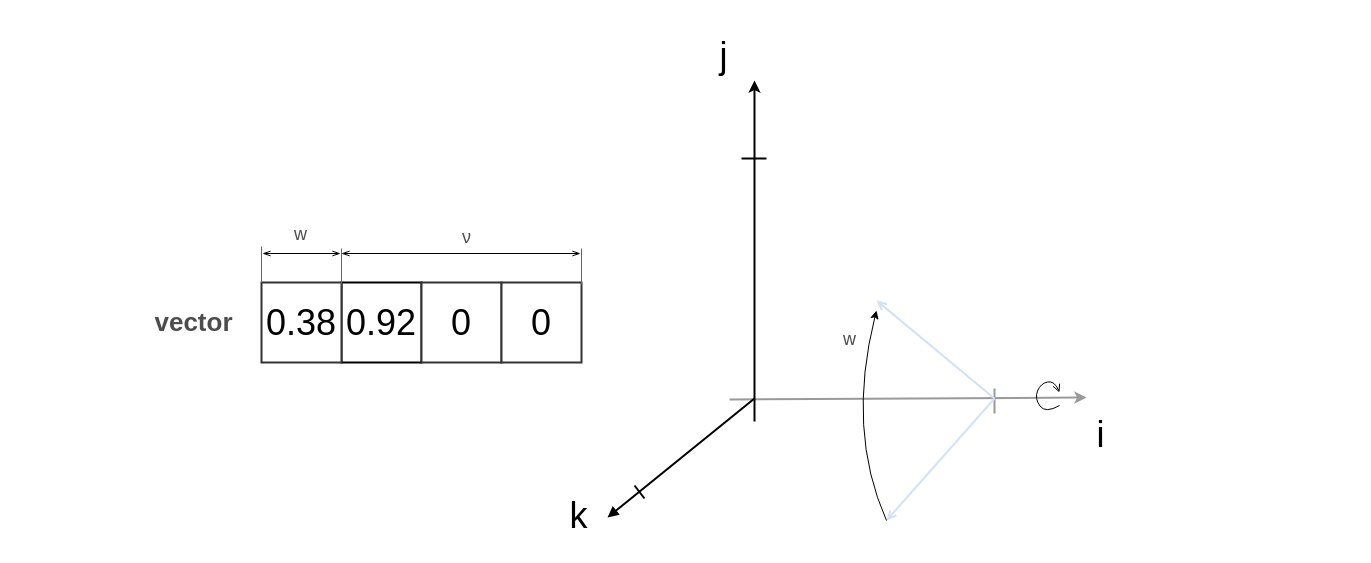
Above: page "3dQuat" (17 of 17) of doc/img/MathModels.drawio in Wandalen/wMathModels (draw.io), before the change. Source tidied: cells renumbered, new cells numbered last; positions are measured from the earlier drawing's top-left corner, leaving out a move shared by most shapes. Both pictures are drawn from the tidied source at 100%, with x=0, y=0 at pixel (17, 17).
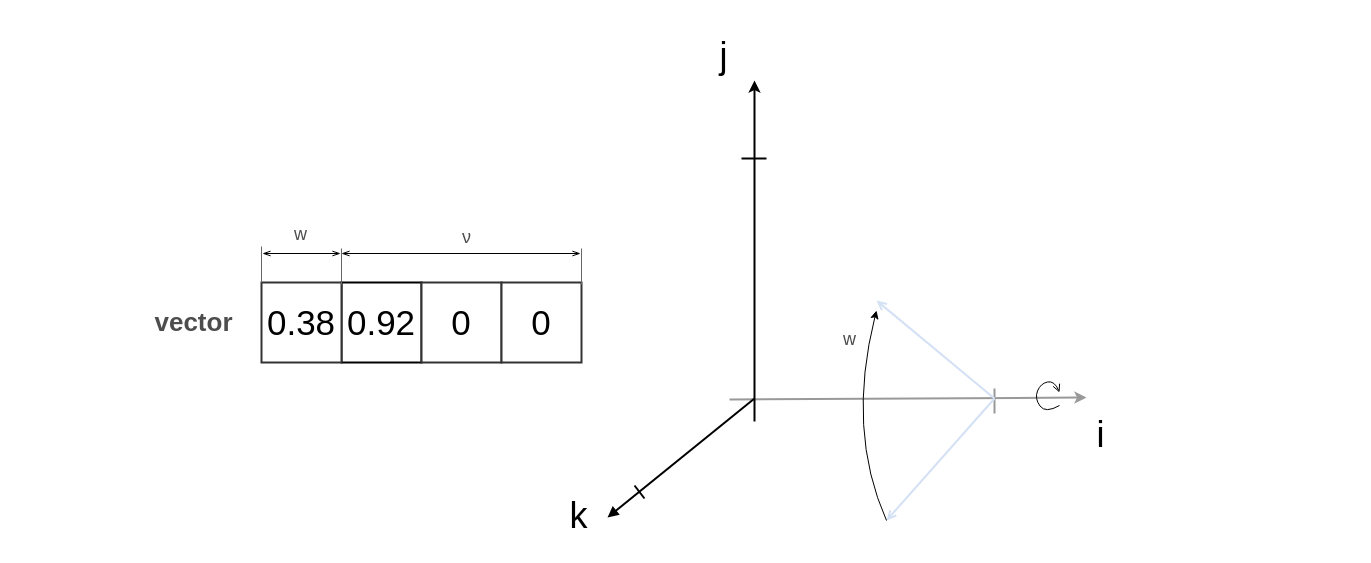
The same page after the edit.

What changed in the source:
```diff
@@
-    <mxCell id="3" value="0.92" style="whiteSpace=wrap;html=1;strokeWidth=2;fontSize=36;strokeColor=#000000;fillColor=#FFFFFF;" parent="1" vertex="1">
+    <mxCell id="3" value="0.92" style="whiteSpace=wrap;html=1;strokeWidth=2;fontSize=35;strokeColor=#000000;fillColor=#FFFFFF;" parent="1" vertex="1">
       <mxGeometry x="324" y="265" width="80" height="80" as="geometry" />
     </mxCell>
-    <mxCell id="4" value="0" style="whiteSpace=wrap;html=1;strokeWidth=2;fontSize=36;fillColor=#FFFFFF;strokeColor=#333333;" parent="1" vertex="1">
+    <mxCell id="4" value="0" style="whiteSpace=wrap;html=1;strokeWidth=2;fontSize=35;fillColor=#FFFFFF;strokeColor=#333333;" parent="1" vertex="1">
       <mxGeometry x="404" y="265" width="80" height="80" as="geometry" />
     </mxCell>
-    <mxCell id="5" value="0" style="whiteSpace=wrap;html=1;strokeWidth=2;fontSize=36;strokeColor=#333333;fillColor=#FFFFFF;" parent="1" vertex="1">
+    <mxCell id="5" value="0" style="whiteSpace=wrap;html=1;strokeWidth=2;fontSize=35;strokeColor=#333333;fillColor=#FFFFFF;" parent="1" vertex="1">
       <mxGeometry x="484" y="265" width="80" height="80" as="geometry" />
     </mxCell>
@@
-    <mxCell id="7" value="0.38" style="whiteSpace=wrap;html=1;strokeWidth=2;fontSize=36;fillColor=#FFFFFF;strokeColor=#333333;" parent="1" vertex="1">
+    <mxCell id="7" value="0.38" style="whiteSpace=wrap;html=1;strokeWidth=2;fontSize=35;fillColor=#FFFFFF;strokeColor=#333333;" parent="1" vertex="1">
       <mxGeometry x="244" y="265" width="80" height="80" as="geometry" />
     </mxCell>
```
